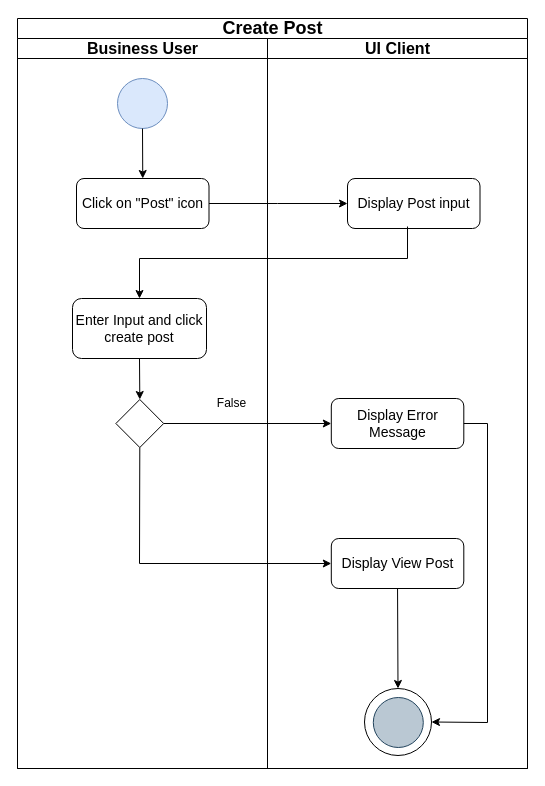
The draw.io diagram page "Create Travel - User Case" (5 of 8) of Diagram/Achitecture-FT-Traveloka.drawio in phduong21/Travelako, before the edit. Source tidied: cells renumbered, new cells numbered last; positions are measured from the earlier drawing's top-left corner, leaving out a move shared by most shapes. Both pictures are drawn from the tidied source at 100%, with x=0, y=0 at pixel (17, 18).
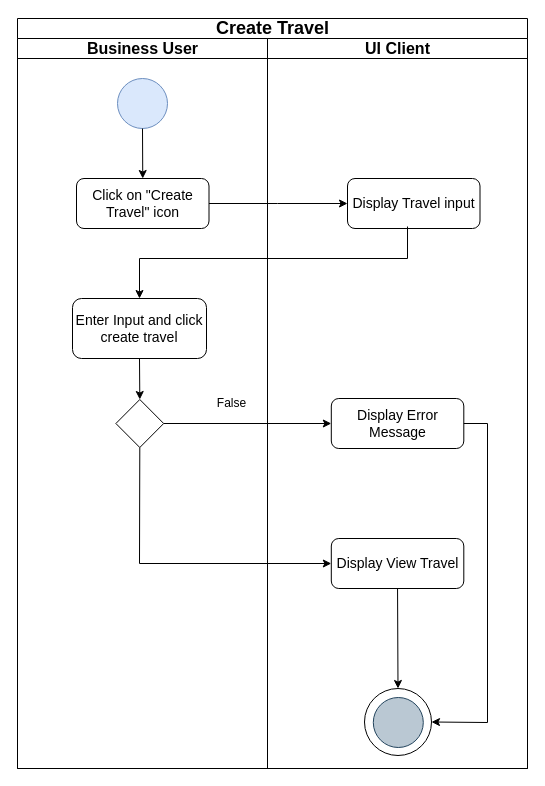
The same diagram, later.

Commit message (it also covers changes not shown here):
add User Personalization, Update Travel, Delate Travel diagram

Unchanged cells that the change refers to:
```xml
<mxCell id="3" value="&lt;font style=&quot;font-size: 16px;&quot;&gt;Business User&lt;/font&gt;" style="swimlane;startSize=20;html=1;" parent="2" vertex="1">
  <mxGeometry y="20" width="250" height="730" as="geometry" />
</mxCell>
<mxCell id="11" value="&lt;font style=&quot;font-size: 16px;&quot;&gt;UI Client&lt;/font&gt;" style="swimlane;startSize=20;html=1;" parent="2" vertex="1">
  <mxGeometry x="250" y="20" width="260" height="730" as="geometry" />
</mxCell>
```

Change to the diagram source:
```diff
@@
-    <mxCell id="2" value="&lt;font style=&quot;font-size: 18px;&quot;&gt;Create Post&lt;/font&gt;" style="swimlane;startSize=20;html=1;" parent="1" vertex="1">
+    <mxCell id="2" value="&lt;font style=&quot;font-size: 18px;&quot;&gt;Create Travel&lt;/font&gt;" style="swimlane;startSize=20;html=1;" parent="1" vertex="1">
       <mxGeometry width="510" height="750" as="geometry" />
     </mxCell>
@@
-    <mxCell id="5" value="Click on &quot;Post&quot; icon" style="rounded=1;whiteSpace=wrap;html=1;fontSize=14;" parent="3" vertex="1">
+    <mxCell id="5" value="Click on &quot;Create Travel&quot; icon" style="rounded=1;whiteSpace=wrap;html=1;fontSize=14;" parent="3" vertex="1">
       <mxGeometry x="59" y="140" width="132.5" height="50" as="geometry" />
     </mxCell>
@@
-    <mxCell id="7" value="Enter Input and click create post" style="rounded=1;whiteSpace=wrap;html=1;fontSize=14;" parent="3" vertex="1">
+    <mxCell id="7" value="Enter Input and click create travel" style="rounded=1;whiteSpace=wrap;html=1;fontSize=14;" parent="3" vertex="1">
       <mxGeometry x="55" y="260" width="134" height="60" as="geometry" />
     </mxCell>
@@
-    <mxCell id="12" value="Display Post input" style="rounded=1;whiteSpace=wrap;html=1;fontSize=14;" parent="11" vertex="1">
+    <mxCell id="12" value="Display Travel input" style="rounded=1;whiteSpace=wrap;html=1;fontSize=14;" parent="11" vertex="1">
       <mxGeometry x="80" y="140" width="132.5" height="50" as="geometry" />
     </mxCell>
@@
-    <mxCell id="14" value="Display View Post" style="rounded=1;whiteSpace=wrap;html=1;fontSize=14;" parent="11" vertex="1">
+    <mxCell id="14" value="Display View Travel" style="rounded=1;whiteSpace=wrap;html=1;fontSize=14;" parent="11" vertex="1">
       <mxGeometry x="63.8" y="500" width="132.5" height="50" as="geometry" />
     </mxCell>
```
